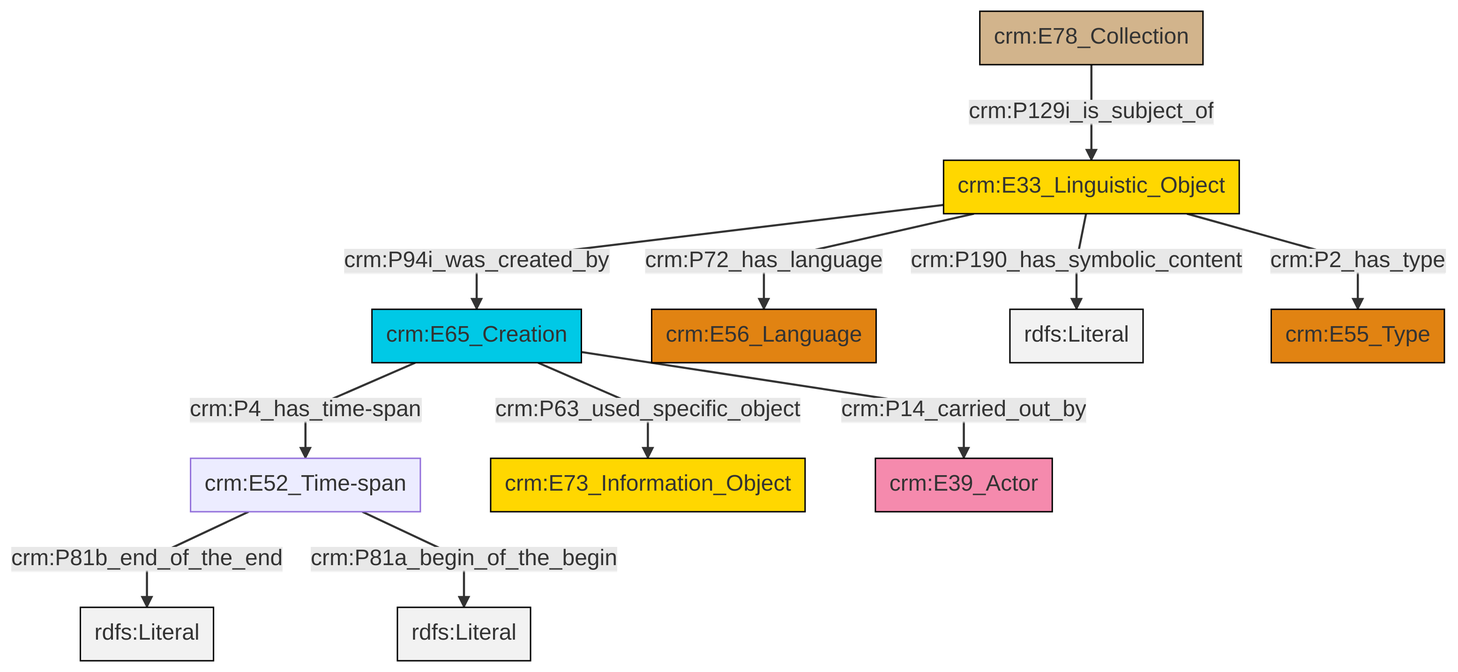
Before: et/archivalCSV/ttl/mmd/png/archival_desc.png, a diagram exported from Mermaid (swiss-art-research-net/docs.swissartresearch). Its source is kept beside it as et/archivalCSV/ttl/mmd/archival_desc.ttl.mmd.
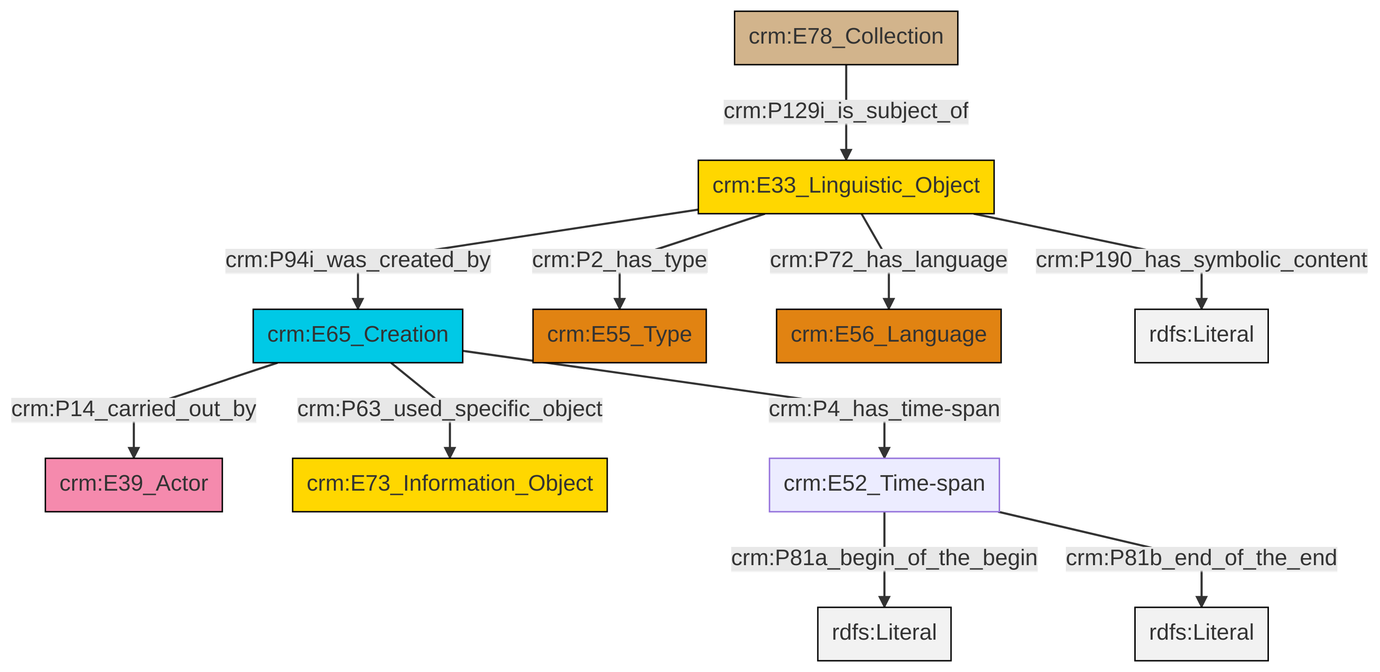
After the change.

Diff of the diagram source:
```diff
@@ -13,13 +13,13 @@
 classDef PC_Classes fill:#4ce600, stroke:#000000;
 classDef Multi fill:#cccccc,stroke:#000000;
 
-4["crm:E33_Linguistic_Object"]:::Conceptual_Object -->|crm:P190_has_symbolic_content| 5[rdfs:Literal]:::Literal
-0["crm:E65_Creation"]:::Temporal_Entity -->|crm:P4_has_time-span| 6["crm:E52_Time-span"]:::Default
-4["crm:E33_Linguistic_Object"]:::Conceptual_Object -->|crm:P94i_was_created_by| 0["crm:E65_Creation"]:::Temporal_Entity
-6["crm:E52_Time-span"]:::Default -->|crm:P81b_end_of_the_end| 9[rdfs:Literal]:::Literal
-0["crm:E65_Creation"]:::Temporal_Entity -->|crm:P63_used_specific_object| 12["crm:E73_Information_Object"]:::Conceptual_Object
-0["crm:E65_Creation"]:::Temporal_Entity -->|crm:P14_carried_out_by| 13["crm:E39_Actor"]:::Actor
-6["crm:E52_Time-span"]:::Default -->|crm:P81a_begin_of_the_begin| 16[rdfs:Literal]:::Literal
-4["crm:E33_Linguistic_Object"]:::Conceptual_Object -->|crm:P2_has_type| 7["crm:E55_Type"]:::Type
-4["crm:E33_Linguistic_Object"]:::Conceptual_Object -->|crm:P72_has_language| 2["crm:E56_Language"]:::Type
-10["crm:E78_Collection"]:::Physical_Thing -->|crm:P129i_is_subject_of| 4["crm:E33_Linguistic_Object"]:::Conceptual_Object
+12["crm:E52_Time-span"]:::Default -->|crm:P81a_begin_of_the_begin| 13[rdfs:Literal]:::Literal
+12["crm:E52_Time-span"]:::Default -->|crm:P81b_end_of_the_end| 16[rdfs:Literal]:::Literal
+2["crm:E33_Linguistic_Object"]:::Conceptual_Object -->|crm:P190_has_symbolic_content| 17[rdfs:Literal]:::Literal
+4["crm:E65_Creation"]:::Temporal_Entity -->|crm:P14_carried_out_by| 6["crm:E39_Actor"]:::Actor
+2["crm:E33_Linguistic_Object"]:::Conceptual_Object -->|crm:P72_has_language| 14["crm:E56_Language"]:::Type
+4["crm:E65_Creation"]:::Temporal_Entity -->|crm:P63_used_specific_object| 8["crm:E73_Information_Object"]:::Conceptual_Object
+0["crm:E78_Collection"]:::Physical_Thing -->|crm:P129i_is_subject_of| 2["crm:E33_Linguistic_Object"]:::Conceptual_Object
+2["crm:E33_Linguistic_Object"]:::Conceptual_Object -->|crm:P2_has_type| 10["crm:E55_Type"]:::Type
+2["crm:E33_Linguistic_Object"]:::Conceptual_Object -->|crm:P94i_was_created_by| 4["crm:E65_Creation"]:::Temporal_Entity
+4["crm:E65_Creation"]:::Temporal_Entity -->|crm:P4_has_time-span| 12["crm:E52_Time-span"]:::Default
```
